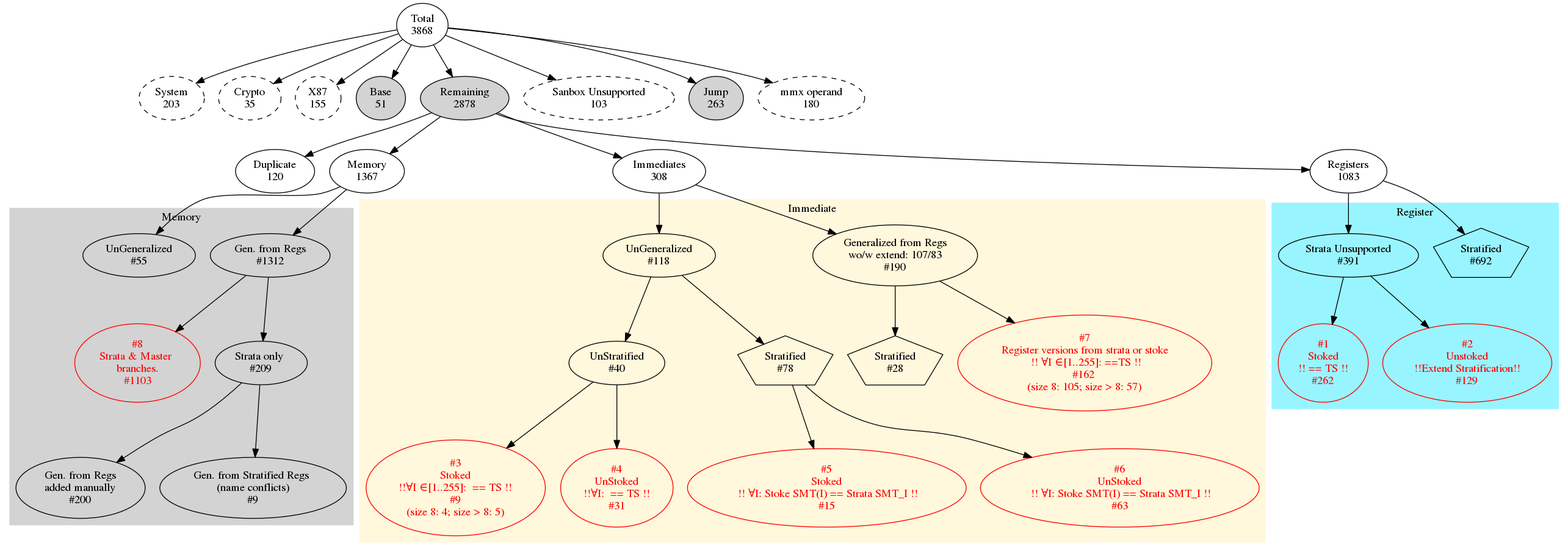
kframework/X86-64-semantics keeps this Graphviz diagram as docs/reports/instruction_support_status.png. Above is the earlier version. Its source is kept beside it as docs/reports/instruction_support_status.dot.
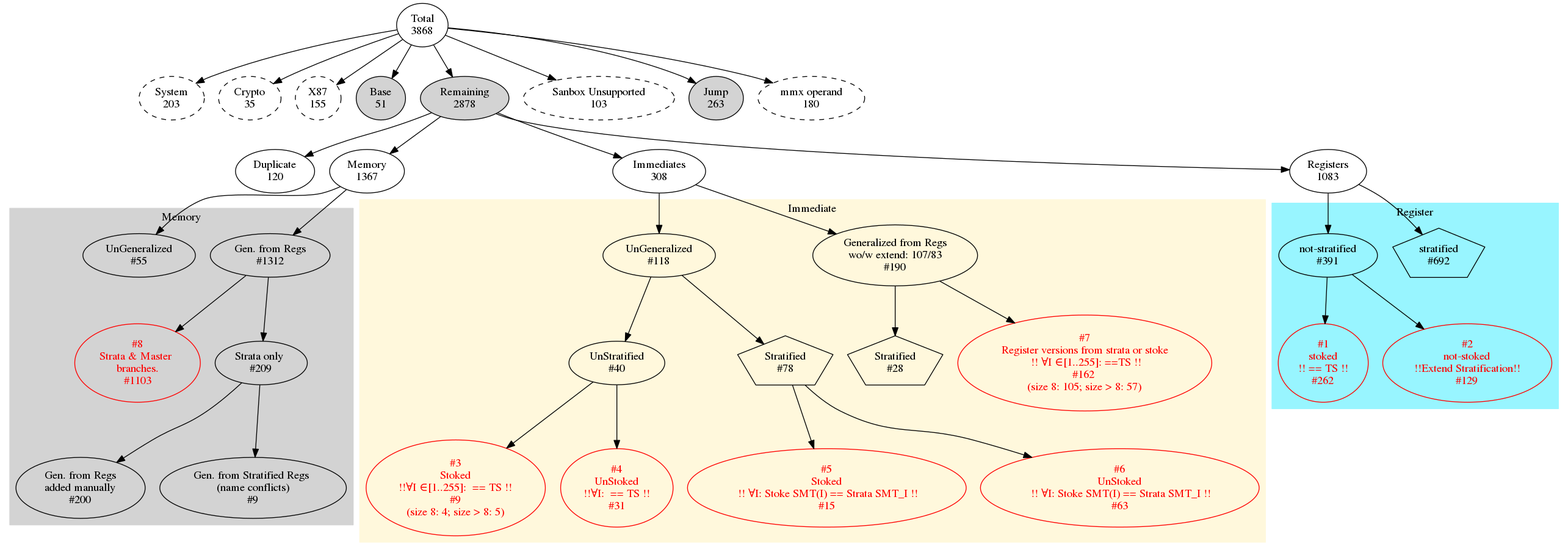
After the change.

Diff of the diagram source:
```diff
@@ -43,10 +43,10 @@
     style=filled;
     color = cadetblue1;
 
-    REGS_STRATA [sides=5; shape=polygon; label="Stratified\n#692"]
-    REGS_UNSTRATA [label="Strata Unsupported\n#391"]
-    REGS_UNSTRATA_STOKED [fontcolor=red; color=red; label="#1\nStoked\n!! == TS !!\n#262"]
-    REGS_UGUSUS [fontcolor=red; color=red; label="#2\nUnstoked\n!!Extend Stratification!!\n#129"]
+    REGS_STRATA [sides=5; shape=polygon; label="stratified\n#692"]
+    REGS_UNSTRATA [label="not-stratified\n#391"]
+    REGS_UNSTRATA_STOKED [fontcolor=red; color=red; label="#1\nstoked\n!! == TS !!\n#262"]
+    REGS_UGUSUS [fontcolor=red; color=red; label="#2\nnot-stoked\n!!Extend Stratification!!\n#129"]
 
     REGS -> REGS_STRATA
     REGS -> REGS_UNSTRATA
```
